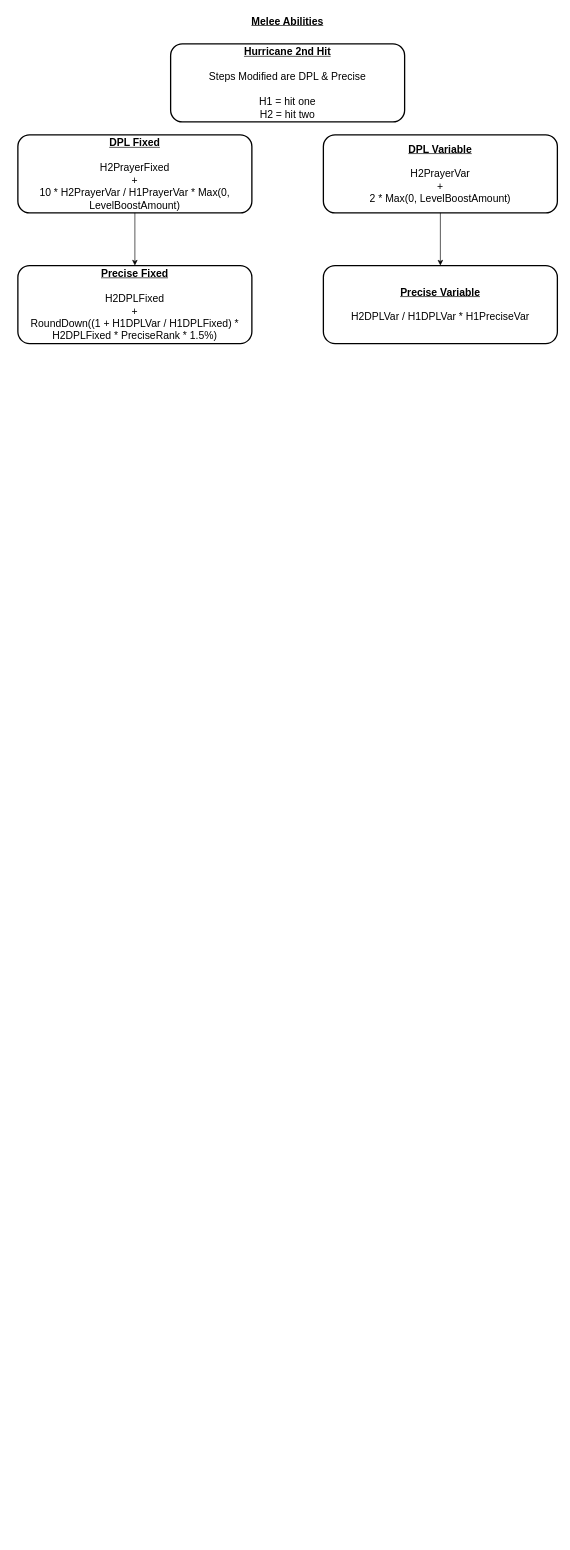
Before: page "WeirdAbilities" (7 of 7) of RS3BossingLogDiagrams/AbilityTab/AbililtyFlowDiagrams.drawio in Xau-Tech/RuneScapeBossLogTool, a draw.io diagram. Source tidied: cells renumbered, new cells numbered last; positions are measured from the earlier drawing's top-left corner, leaving out a move shared by most shapes. Both pictures are drawn from the tidied source at 65%, with x=0, y=0 at pixel (18, 11).
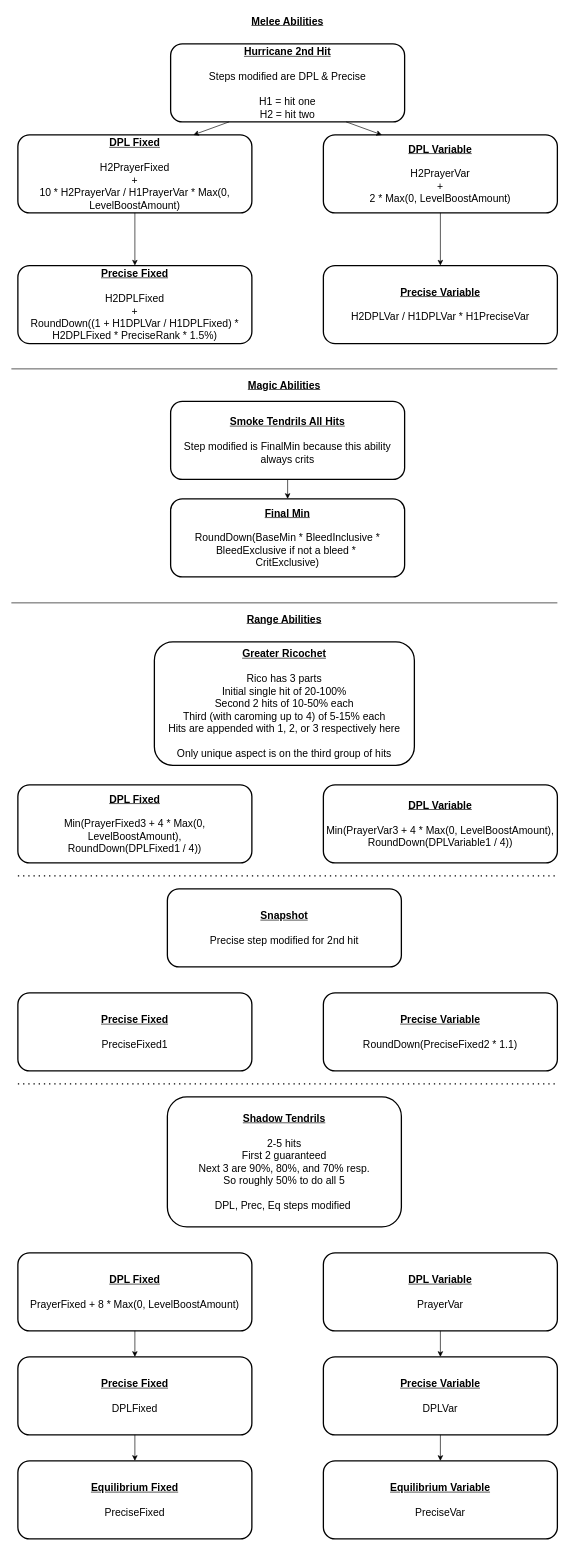
After the change.

Commit message (it also covers changes not shown here):
Finished notating distinct abilities

*  Noted the differences for all the base abilities in each combat style that don't use the standard step(s) for damage calculations

Unchanged cells that the change refers to:
```xml
<mxCell id="4" value="&lt;u style=&quot;font-weight: bold;&quot;&gt;DPL Fixed&lt;/u&gt;&lt;br&gt;&lt;br&gt;H2PrayerFixed&lt;br&gt;+&lt;br&gt;10 * H2PrayerVar / H1PrayerVar * Max(0, LevelBoostAmount)" style="text;html=1;strokeColor=default;fillColor=none;align=center;verticalAlign=middle;whiteSpace=wrap;rounded=1;strokeWidth=2;glass=0;fontSize=16;" parent="1" vertex="1">
  <mxGeometry y="190" width="360" height="120" as="geometry" />
</mxCell>
<mxCell id="5" value="&lt;u style=&quot;font-weight: bold;&quot;&gt;DPL Variable&lt;/u&gt;&lt;br&gt;&lt;br&gt;H2PrayerVar&lt;br&gt;+&lt;br&gt;2 * Max(0, LevelBoostAmount)" style="text;html=1;strokeColor=default;fillColor=none;align=center;verticalAlign=middle;whiteSpace=wrap;rounded=1;strokeWidth=2;glass=0;fontSize=16;" parent="1" vertex="1">
  <mxGeometry x="470" y="190" width="360" height="120" as="geometry" />
</mxCell>
```

What changed in the source:
```diff
@@
-    <mxCell id="2" value="&lt;u style=&quot;font-weight: bold;&quot;&gt;Hurricane 2nd Hit&lt;/u&gt;&lt;br&gt;&lt;br&gt;Steps Modified are DPL &amp;amp; Precise&lt;br&gt;&lt;br&gt;H1 = hit one&lt;br&gt;H2 = hit two" style="text;html=1;strokeColor=default;fillColor=none;align=center;verticalAlign=middle;whiteSpace=wrap;rounded=1;strokeWidth=2;glass=0;fontSize=16;" parent="1" vertex="1">
+    <mxCell id="2" value="&lt;u style=&quot;font-weight: bold;&quot;&gt;Hurricane 2nd Hit&lt;/u&gt;&lt;br&gt;&lt;br&gt;Steps modified are DPL &amp;amp; Precise&lt;br&gt;&lt;br&gt;H1 = hit one&lt;br&gt;H2 = hit two" style="text;html=1;strokeColor=default;fillColor=none;align=center;verticalAlign=middle;whiteSpace=wrap;rounded=1;strokeWidth=2;glass=0;fontSize=16;" parent="1" vertex="1">
       <mxGeometry x="235" y="50" width="360" height="120" as="geometry" />
     </mxCell>
@@
+    <mxCell id="10" style="endArrow=none;html=1;rounded=0;" parent="1" edge="1">
+      <mxGeometry relative="1" as="geometry">
+        <mxPoint x="-10" y="550" as="sourcePoint" />
+        <mxPoint x="830" y="550" as="targetPoint" />
+      </mxGeometry>
+    </mxCell>
+    <mxCell id="11" value="Magic Abilities" style="text;html=1;strokeColor=none;fillColor=none;align=center;verticalAlign=middle;whiteSpace=wrap;rounded=0;fontStyle=5;fontSize=16;" parent="1" vertex="1">
+      <mxGeometry x="-10" y="560" width="840" height="30" as="geometry" />
+    </mxCell>
+    <mxCell id="12" value="&lt;u style=&quot;font-weight: bold;&quot;&gt;Smoke Tendrils All Hits&lt;/u&gt;&lt;br&gt;&lt;br&gt;Step modified is FinalMin because this ability always crits" style="text;html=1;strokeColor=default;fillColor=none;align=center;verticalAlign=middle;whiteSpace=wrap;rounded=1;strokeWidth=2;glass=0;fontSize=16;" parent="1" vertex="1">
+      <mxGeometry x="235" y="600" width="360" height="120" as="geometry" />
+    </mxCell>
+    <mxCell id="13" value="&lt;u style=&quot;font-weight: bold;&quot;&gt;Final Min&lt;/u&gt;&lt;br&gt;&lt;br&gt;RoundDown(BaseMin * BleedInclusive *&lt;br&gt;BleedExclusive if not a bleed *&amp;nbsp;&lt;br&gt;CritExclusive)" style="text;html=1;strokeColor=default;fillColor=none;align=center;verticalAlign=middle;whiteSpace=wrap;rounded=1;strokeWidth=2;glass=0;fontSize=16;" parent="1" vertex="1">
+      <mxGeometry x="235" y="750" width="360" height="120" as="geometry" />
+    </mxCell>
+    <mxCell id="14" style="endArrow=none;html=1;rounded=0;fontSize=16;" parent="1" edge="1">
+      <mxGeometry relative="1" as="geometry">
+        <mxPoint x="-10" y="910" as="sourcePoint" />
+        <mxPoint x="830" y="910" as="targetPoint" />
+      </mxGeometry>
+    </mxCell>
+    <mxCell id="15" value="&lt;b&gt;&lt;u&gt;Range Abilities&lt;/u&gt;&lt;/b&gt;" style="text;html=1;strokeColor=none;fillColor=none;align=center;verticalAlign=middle;whiteSpace=wrap;rounded=0;fontSize=16;" parent="1" vertex="1">
+      <mxGeometry x="-10" y="920" width="840" height="30" as="geometry" />
+    </mxCell>
+    <mxCell id="16" style="endArrow=classic;html=1;rounded=0;fontSize=16;entryX=0.5;entryY=0;entryDx=0;entryDy=0;exitX=0.5;exitY=1;exitDx=0;exitDy=0;" parent="1" edge="1" source="12" target="13">
+      <mxGeometry relative="1" as="geometry" />
+    </mxCell>
+    <mxCell id="17" style="endArrow=classic;html=1;rounded=0;fontSize=16;entryX=0.25;entryY=0;entryDx=0;entryDy=0;exitX=0.75;exitY=1;exitDx=0;exitDy=0;" parent="1" edge="1" source="2" target="5">
+      <mxGeometry relative="1" as="geometry" />
+    </mxCell>
+    <mxCell id="18" style="endArrow=classic;html=1;rounded=0;fontSize=16;exitX=0.25;exitY=1;exitDx=0;exitDy=0;entryX=0.75;entryY=0;entryDx=0;entryDy=0;" parent="1" edge="1" source="2" target="4">
+      <mxGeometry relative="1" as="geometry" />
+    </mxCell>
+    <mxCell id="19" value="&lt;u style=&quot;font-weight: bold;&quot;&gt;Shadow Tendrils&lt;/u&gt;&lt;br&gt;&lt;br&gt;2-5 hits&lt;br&gt;First 2 guaranteed&lt;br&gt;Next 3 are 90%, 80%, and 70% resp.&lt;br&gt;So roughly 50% to do all 5&lt;br&gt;&lt;br&gt;DPL, Prec, Eq steps modified&amp;nbsp;" style="text;html=1;strokeColor=default;fillColor=none;align=center;verticalAlign=middle;whiteSpace=wrap;rounded=1;strokeWidth=2;glass=0;fontSize=16;" parent="1" vertex="1">
+      <mxGeometry x="230" y="1670" width="360" height="200" as="geometry" />
+    </mxCell>
+    <mxCell id="20" value="&lt;u style=&quot;font-weight: bold;&quot;&gt;Snapshot&lt;/u&gt;&lt;br&gt;&lt;br&gt;Precise step modified for 2nd hit" style="text;html=1;strokeColor=default;fillColor=none;align=center;verticalAlign=middle;whiteSpace=wrap;rounded=1;strokeWidth=2;glass=0;fontSize=16;" parent="1" vertex="1">
+      <mxGeometry x="230" y="1350" width="360" height="120" as="geometry" />
+    </mxCell>
+    <mxCell id="21" value="&lt;u style=&quot;font-weight: bold;&quot;&gt;Greater Ricochet&lt;/u&gt;&lt;br&gt;&lt;br&gt;Rico has 3 parts&lt;br&gt;Initial single hit of 20-100%&lt;br&gt;Second 2 hits of 10-50% each&lt;br&gt;Third (with caroming up to 4) of 5-15% each&lt;br&gt;Hits are appended with 1, 2, or 3 respectively here&lt;br&gt;&lt;br&gt;Only unique aspect is on the third group of hits" style="text;html=1;strokeColor=default;fillColor=none;align=center;verticalAlign=middle;whiteSpace=wrap;rounded=1;strokeWidth=2;glass=0;fontSize=16;" parent="1" vertex="1">
+      <mxGeometry x="210" y="970" width="400" height="190" as="geometry" />
+    </mxCell>
+    <mxCell id="22" value="&lt;u style=&quot;font-weight: bold;&quot;&gt;DPL Fixed&lt;/u&gt;&lt;br&gt;&lt;br&gt;Min(PrayerFixed3 + 4 * Max(0, LevelBoostAmount),&lt;br&gt;RoundDown(DPLFixed1 / 4))" style="text;html=1;strokeColor=default;fillColor=none;align=center;verticalAlign=middle;whiteSpace=wrap;rounded=1;strokeWidth=2;glass=0;fontSize=16;" parent="1" vertex="1">
+      <mxGeometry y="1190" width="360" height="120" as="geometry" />
+    </mxCell>
+    <mxCell id="23" value="&lt;u style=&quot;font-weight: bold;&quot;&gt;DPL Variable&lt;/u&gt;&lt;br&gt;&lt;br&gt;Min(PrayerVar3 + 4 * Max(0, LevelBoostAmount),&lt;br&gt;RoundDown(DPLVariable1 / 4))" style="text;html=1;strokeColor=default;fillColor=none;align=center;verticalAlign=middle;whiteSpace=wrap;rounded=1;strokeWidth=2;glass=0;fontSize=16;" parent="1" vertex="1">
+      <mxGeometry x="470" y="1190" width="360" height="120" as="geometry" />
+    </mxCell>
+    <mxCell id="24" value="&lt;u style=&quot;font-weight: bold;&quot;&gt;Precise Variable&lt;/u&gt;&lt;br&gt;&lt;br&gt;RoundDown(PreciseFixed2 * 1.1)" style="text;html=1;strokeColor=default;fillColor=none;align=center;verticalAlign=middle;whiteSpace=wrap;rounded=1;strokeWidth=2;glass=0;fontSize=16;" parent="1" vertex="1">
+      <mxGeometry x="470" y="1510" width="360" height="120" as="geometry" />
+    </mxCell>
+    <mxCell id="25" value="&lt;u style=&quot;font-weight: bold;&quot;&gt;Precise Fixed&lt;/u&gt;&lt;br&gt;&lt;br&gt;PreciseFixed1" style="text;html=1;strokeColor=default;fillColor=none;align=center;verticalAlign=middle;whiteSpace=wrap;rounded=1;strokeWidth=2;glass=0;fontSize=16;" parent="1" vertex="1">
+      <mxGeometry y="1510" width="360" height="120" as="geometry" />
+    </mxCell>
+    <mxCell id="26" style="endArrow=none;dashed=1;html=1;dashPattern=1 3;strokeWidth=2;rounded=0;" parent="1" edge="1">
+      <mxGeometry relative="1" as="geometry">
+        <mxPoint y="1330" as="sourcePoint" />
+        <mxPoint x="830" y="1330" as="targetPoint" />
+      </mxGeometry>
+    </mxCell>
+    <mxCell id="27" style="endArrow=none;dashed=1;html=1;dashPattern=1 3;strokeWidth=2;rounded=0;" parent="1" edge="1">
+      <mxGeometry relative="1" as="geometry">
+        <mxPoint y="1650" as="sourcePoint" />
+        <mxPoint x="830" y="1650" as="targetPoint" />
+      </mxGeometry>
+    </mxCell>
+    <mxCell id="28" value="&lt;u style=&quot;font-weight: bold;&quot;&gt;DPL Variable&lt;/u&gt;&lt;br&gt;&lt;br&gt;PrayerVar" style="text;html=1;strokeColor=default;fillColor=none;align=center;verticalAlign=middle;whiteSpace=wrap;rounded=1;strokeWidth=2;glass=0;fontSize=16;" parent="1" vertex="1">
+      <mxGeometry x="470" y="1910" width="360" height="120" as="geometry" />
+    </mxCell>
+    <mxCell id="29" value="&lt;u style=&quot;font-weight: bold;&quot;&gt;DPL Fixed&lt;/u&gt;&lt;br&gt;&lt;br&gt;PrayerFixed + 8 * Max(0, LevelBoostAmount)" style="text;html=1;strokeColor=default;fillColor=none;align=center;verticalAlign=middle;whiteSpace=wrap;rounded=1;strokeWidth=2;glass=0;fontSize=16;" parent="1" vertex="1">
+      <mxGeometry y="1910" width="360" height="120" as="geometry" />
+    </mxCell>
+    <mxCell id="30" value="&lt;u style=&quot;font-weight: bold;&quot;&gt;Precise Fixed&lt;/u&gt;&lt;br&gt;&lt;br&gt;DPLFixed" style="text;html=1;strokeColor=default;fillColor=none;align=center;verticalAlign=middle;whiteSpace=wrap;rounded=1;strokeWidth=2;glass=0;fontSize=16;" parent="1" vertex="1">
+      <mxGeometry y="2070" width="360" height="120" as="geometry" />
+    </mxCell>
+    <mxCell id="31" value="&lt;u style=&quot;font-weight: bold;&quot;&gt;Precise Variable&lt;/u&gt;&lt;br&gt;&lt;br&gt;DPLVar" style="text;html=1;strokeColor=default;fillColor=none;align=center;verticalAlign=middle;whiteSpace=wrap;rounded=1;strokeWidth=2;glass=0;fontSize=16;" parent="1" vertex="1">
+      <mxGeometry x="470" y="2070" width="360" height="120" as="geometry" />
+    </mxCell>
+    <mxCell id="32" style="endArrow=classic;html=1;rounded=0;exitX=0.5;exitY=1;exitDx=0;exitDy=0;entryX=0.5;entryY=0;entryDx=0;entryDy=0;" parent="1" edge="1" source="29" target="30">
+      <mxGeometry relative="1" as="geometry" />
+    </mxCell>
+    <mxCell id="33" style="endArrow=classic;html=1;rounded=0;exitX=0.5;exitY=1;exitDx=0;exitDy=0;entryX=0.5;entryY=0;entryDx=0;entryDy=0;" parent="1" edge="1" source="28" target="31">
+      <mxGeometry relative="1" as="geometry" />
+    </mxCell>
+    <mxCell id="34" value="&lt;u style=&quot;font-weight: bold;&quot;&gt;Equilibrium Variable&lt;/u&gt;&lt;br&gt;&lt;br&gt;PreciseVar" style="text;html=1;strokeColor=default;fillColor=none;align=center;verticalAlign=middle;whiteSpace=wrap;rounded=1;strokeWidth=2;glass=0;fontSize=16;" parent="1" vertex="1">
+      <mxGeometry x="470" y="2230" width="360" height="120" as="geometry" />
+    </mxCell>
+    <mxCell id="35" value="&lt;u style=&quot;font-weight: bold;&quot;&gt;Equilibrium Fixed&lt;/u&gt;&lt;br&gt;&lt;br&gt;PreciseFixed" style="text;html=1;strokeColor=default;fillColor=none;align=center;verticalAlign=middle;whiteSpace=wrap;rounded=1;strokeWidth=2;glass=0;fontSize=16;" parent="1" vertex="1">
+      <mxGeometry y="2230" width="360" height="120" as="geometry" />
+    </mxCell>
+    <mxCell id="36" style="endArrow=classic;html=1;rounded=0;exitX=0.5;exitY=1;exitDx=0;exitDy=0;entryX=0.5;entryY=0;entryDx=0;entryDy=0;" parent="1" edge="1" source="30" target="35">
+      <mxGeometry relative="1" as="geometry" />
+    </mxCell>
+    <mxCell id="37" style="endArrow=classic;html=1;rounded=0;exitX=0.5;exitY=1;exitDx=0;exitDy=0;entryX=0.5;entryY=0;entryDx=0;entryDy=0;" parent="1" edge="1" source="31" target="34">
+      <mxGeometry relative="1" as="geometry" />
+    </mxCell>
```
